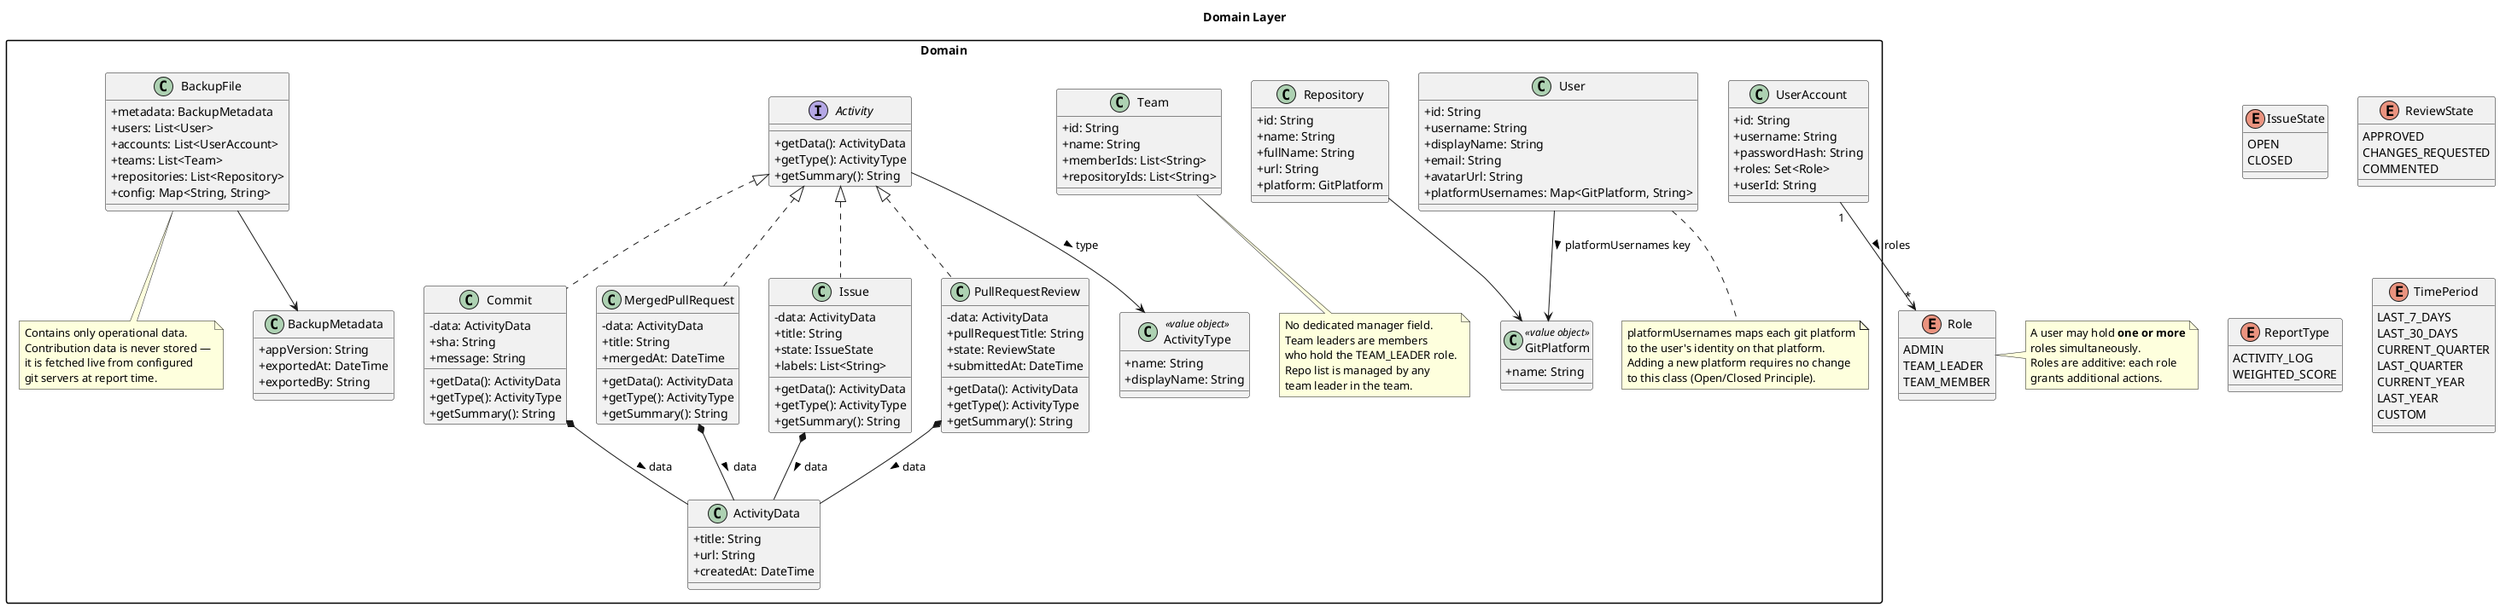
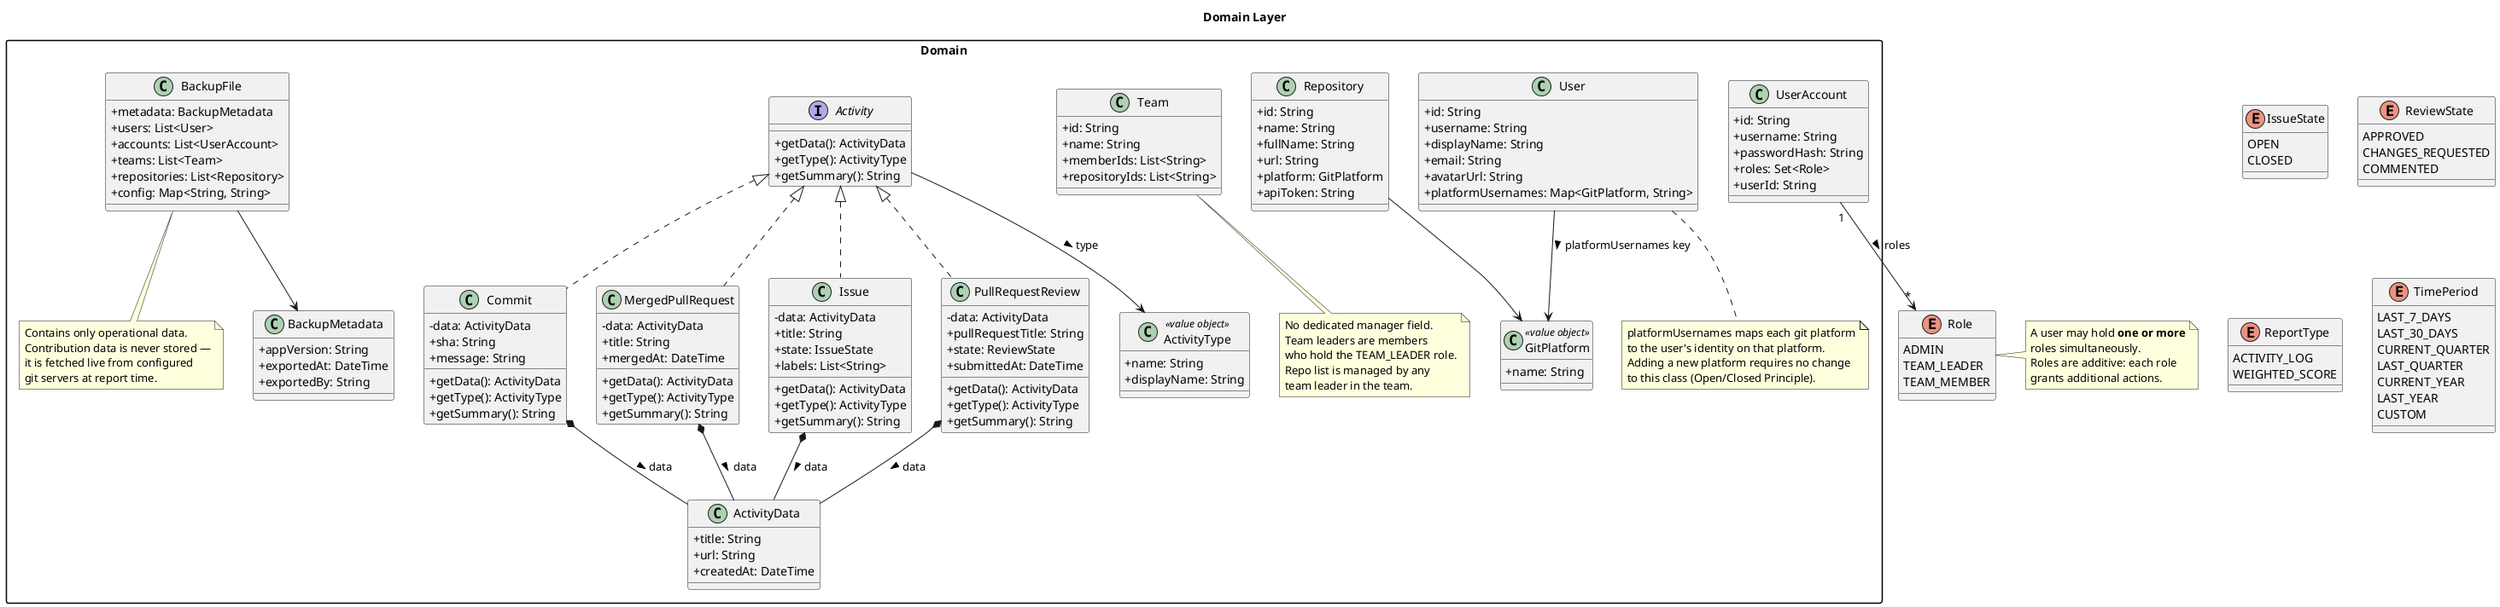
@startuml design_domain

skinparam packageStyle rectangle
skinparam classAttributeIconSize 0

title Domain Layer

' ─────────────────────────────────────────────
'  ENUMS (closed sets — domain-meaningful states)
' ─────────────────────────────────────────────

enum Role {
  ADMIN
  TEAM_LEADER
  TEAM_MEMBER
}

note right of Role
  A user may hold **one or more**
  roles simultaneously.
  Roles are additive: each role
  grants additional actions.
end note

enum IssueState {
  OPEN
  CLOSED
}

enum ReviewState {
  APPROVED
  CHANGES_REQUESTED
  COMMENTED
}

enum ReportType {
  ACTIVITY_LOG
  WEIGHTED_SCORE
}

enum TimePeriod {
  LAST_7_DAYS
  LAST_30_DAYS
  CURRENT_QUARTER
  LAST_QUARTER
  CURRENT_YEAR
  LAST_YEAR
  CUSTOM
}

' ─────────────────────────────────────────────
'  DOMAIN
'  Cross-aggregate references use String IDs.
'
'  ActivityType and GitPlatform are open value
'  objects — not enums — so new contribution
'  kinds and git-server platforms never require
'  changes to existing domain or application code.
' ─────────────────────────────────────────────
package Domain {

  ' ── Open value objects (extensible without code changes) ──
  '
  ' New contribution kind (e.g. "CODE_REVIEW_COMMENT"):
  '   define an ActivityType instance + extend/create a fetcher.
  '   No existing class needs to change.
  '
  ' New platform (e.g. "BITBUCKET"):
  '   define a GitPlatform instance + create a fetcher + register.

  class ActivityType <<value object>> {
    +name: String
    +displayName: String
  }

  class GitPlatform <<value object>> {
    +name: String
  }

  class User {
    +id: String
    +username: String
    +displayName: String
    +email: String
    +avatarUrl: String
    +platformUsernames: Map<GitPlatform, String>
  }

  note bottom of User
    platformUsernames maps each git platform
    to the user's identity on that platform.
    Adding a new platform requires no change
    to this class (Open/Closed Principle).
  end note

  class UserAccount {
    +id: String
    +username: String
    +passwordHash: String
    +roles: Set<Role>
    +userId: String
  }

  class Team {
    +id: String
    +name: String
    +memberIds: List<String>
    +repositoryIds: List<String>
  }

  note bottom of Team
    No dedicated manager field.
    Team leaders are members
    who hold the TEAM_LEADER role.
    Repo list is managed by any
    team leader in the team.
  end note

  class Repository {
    +id: String
    +name: String
    +fullName: String
    +url: String
    +platform: GitPlatform
+     +apiToken: String
  }

  ' Cross-cutting fields shared by every contribution type,
  ' composed in rather than inherited (Composition over Inheritance).
  class ActivityData {
    +title: String
    +url: String
    +createdAt: DateTime
  }

  interface Activity {
    +getData(): ActivityData
    +getType(): ActivityType
    +getSummary(): String
  }

  class Commit implements Activity {
    -data: ActivityData
    +sha: String
    +message: String
    +getData(): ActivityData
    +getType(): ActivityType
    +getSummary(): String
  }

  class MergedPullRequest implements Activity {
    -data: ActivityData
    +title: String
    +mergedAt: DateTime
    +getData(): ActivityData
    +getType(): ActivityType
    +getSummary(): String
  }

  class Issue implements Activity {
    -data: ActivityData
    +title: String
    +state: IssueState
    +labels: List<String>
    +getData(): ActivityData
    +getType(): ActivityType
    +getSummary(): String
  }

  class PullRequestReview implements Activity {
    -data: ActivityData
    +pullRequestTitle: String
    +state: ReviewState
    +submittedAt: DateTime
    +getData(): ActivityData
    +getType(): ActivityType
    +getSummary(): String
  }

  class BackupMetadata {
    +appVersion: String
    +exportedAt: DateTime
    +exportedBy: String
  }

  class BackupFile {
    +metadata: BackupMetadata
    +users: List<User>
    +accounts: List<UserAccount>
    +teams: List<Team>
    +repositories: List<Repository>
    +config: Map<String, String>
  }

  note bottom of BackupFile
    Contains only operational data.
    Contribution data is never stored —
    it is fetched live from configured
    git servers at report time.
  end note

  UserAccount        "1" --> "*" Role                : roles >
  Repository         --> GitPlatform
  User               --> GitPlatform                 : platformUsernames key >
  Activity           --> ActivityType                : type >
  Commit             *-- ActivityData                : data >
  MergedPullRequest  *-- ActivityData                : data >
  Issue              *-- ActivityData                : data >
  PullRequestReview  *-- ActivityData                : data >
  BackupFile         --> BackupMetadata
}

@enduml
